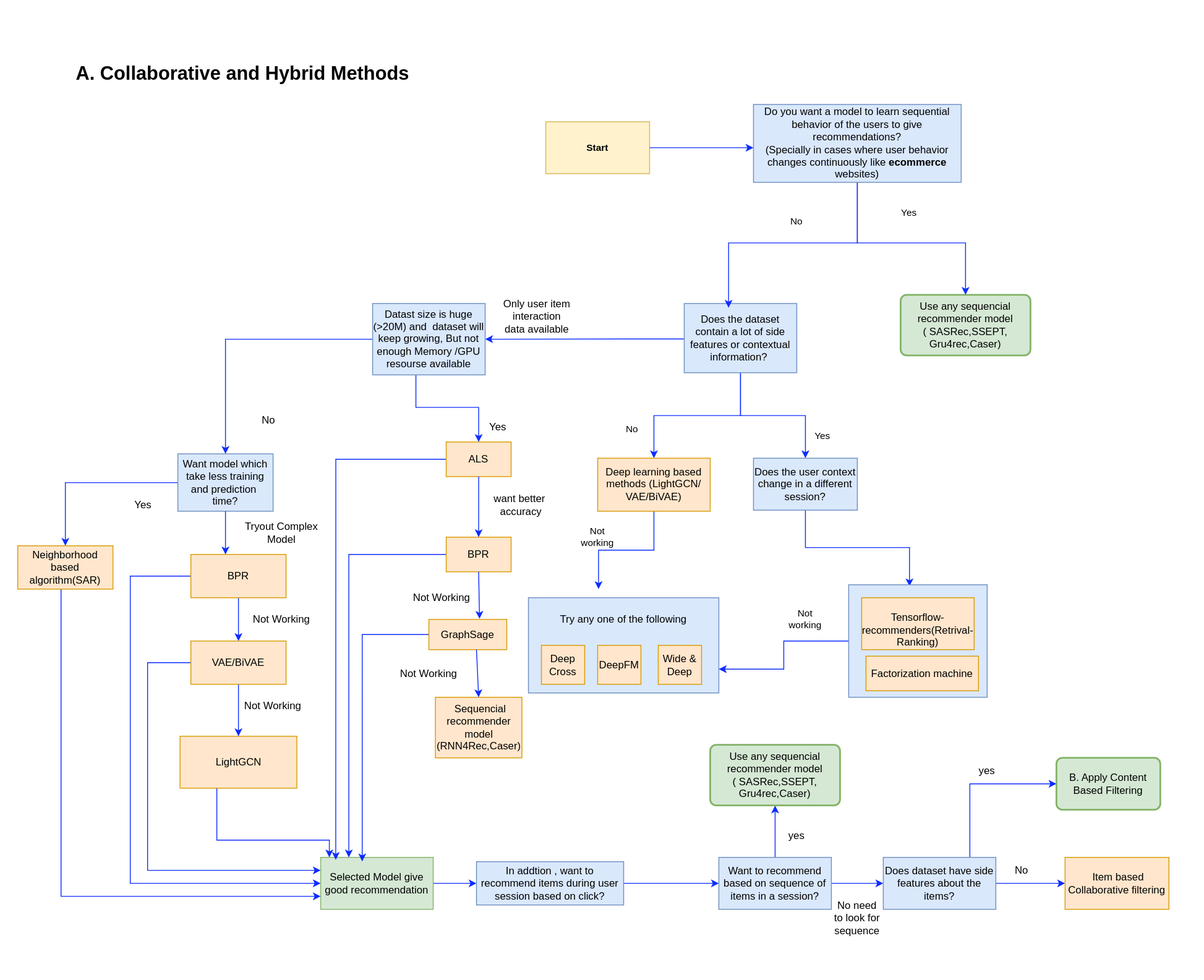
Earlier version of the draw.io export images/collaborative and hybrid.svg (csekankan/MTP-Recommender). Source tidied: cells renumbered, new cells last; positions are measured from the earlier drawing's top-left corner, leaving out a move shared by most shapes.
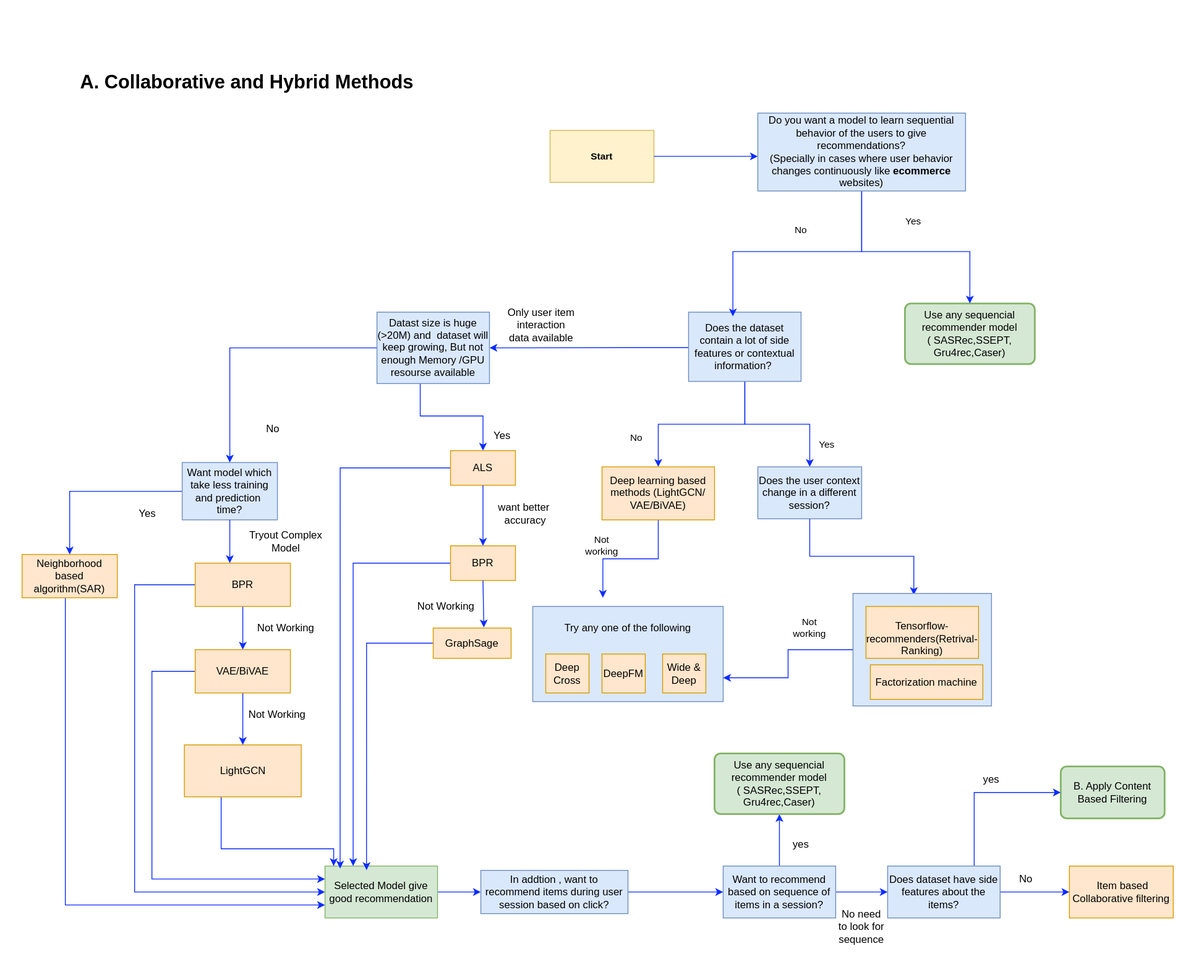
After the change.

What changed in the source:
```diff
@@ -3,7 +3,7 @@
     <mxCell id="0" />
     <mxCell id="1" parent="0" />
     <mxCell id="2" style="rounded=0;whiteSpace=wrap;html=1;fillColor=default;strokeColor=none;" parent="1" vertex="1">
-      <mxGeometry width="1390" height="1130" as="geometry" />
+      <mxGeometry x="-5" y="-10" width="1390" height="1130" as="geometry" />
     </mxCell>
     <mxCell id="3" style="edgeStyle=orthogonalEdgeStyle;rounded=0;jettySize=auto;html=1;strokeColor=#0D2DFF;strokeWidth=1;" parent="1" edge="1" source="4" target="36">
       <mxGeometry relative="1" as="geometry" />
@@ -210,9 +210,6 @@
     <mxCell id="57" value="ALS" style="rounded=0;whiteSpace=wrap;html=1;fillColor=#ffe6cc;strokeColor=#d79b00;" parent="1" vertex="1">
       <mxGeometry x="515" y="510" width="75" height="40" as="geometry" />
     </mxCell>
-    <mxCell id="58" value="&lt;font style=&quot;font-size: 12px;&quot;&gt;&amp;nbsp;Sequencial recommender model (RNN4Rec,Caser)&lt;br&gt;&lt;/font&gt;" style="rounded=0;whiteSpace=wrap;html=1;absoluteArcSize=1;arcSize=14;strokeWidth=1;fillColor=#ffe6cc;strokeColor=#d79b00;" parent="1" vertex="1">
-      <mxGeometry x="502.5" y="805" width="100" height="70" as="geometry" />
-    </mxCell>
     <mxCell id="59" style="edgeStyle=orthogonalEdgeStyle;rounded=0;jettySize=auto;html=1;entryX=0.25;entryY=0;entryDx=0;entryDy=0;strokeColor=#0D2DFF;strokeWidth=1;" parent="1" edge="1" source="60" target="31">
       <mxGeometry relative="1" as="geometry" />
     </mxCell>
@@ -229,9 +226,6 @@
     <mxCell id="62" value="GraphSage" style="rounded=0;whiteSpace=wrap;html=1;fillColor=#ffe6cc;strokeColor=#d79b00;" parent="1" vertex="1">
       <mxGeometry x="495" y="715" width="90" height="35" as="geometry" />
     </mxCell>
-    <mxCell id="63" value="Not Working" style="text;html=1;strokeColor=none;fillColor=none;align=center;verticalAlign=middle;whiteSpace=wrap;rounded=0;" parent="1" vertex="1">
-      <mxGeometry x="420" y="762.5" width="150" height="30" as="geometry" />
-    </mxCell>
     <mxCell id="64" value="DeepFM" style="rounded=0;whiteSpace=wrap;html=1;fillColor=#ffe6cc;strokeColor=#d79b00;" parent="1" vertex="1">
       <mxGeometry x="690" y="745" width="50" height="45" as="geometry" />
     </mxCell>
@@ -262,11 +256,6 @@
     <mxCell id="73" style="endArrow=classic;html=1;rounded=0;strokeColor=#0D2DFF;strokeWidth=1;exitX=0.5;exitY=1;exitDx=0;exitDy=0;entryX=0.65;entryY=-0.021;entryDx=0;entryDy=0;entryPerimeter=0;" parent="1" edge="1" source="60" target="62">
       <mxGeometry relative="1" as="geometry" />
     </mxCell>
-    <mxCell id="74" style="endArrow=classic;html=1;rounded=0;strokeColor=#0D2DFF;strokeWidth=1;entryX=0.5;entryY=0;entryDx=0;entryDy=0;" parent="1" edge="1" target="58">
-      <mxGeometry relative="1" as="geometry">
-        <mxPoint x="550" y="750" as="sourcePoint" />
-      </mxGeometry>
-    </mxCell>
     <mxCell id="75" value="Not Working" style="text;html=1;strokeColor=none;fillColor=none;align=center;verticalAlign=middle;whiteSpace=wrap;rounded=0;" parent="1" vertex="1">
       <mxGeometry x="435" y="675" width="150" height="30" as="geometry" />
     </mxCell>
```
